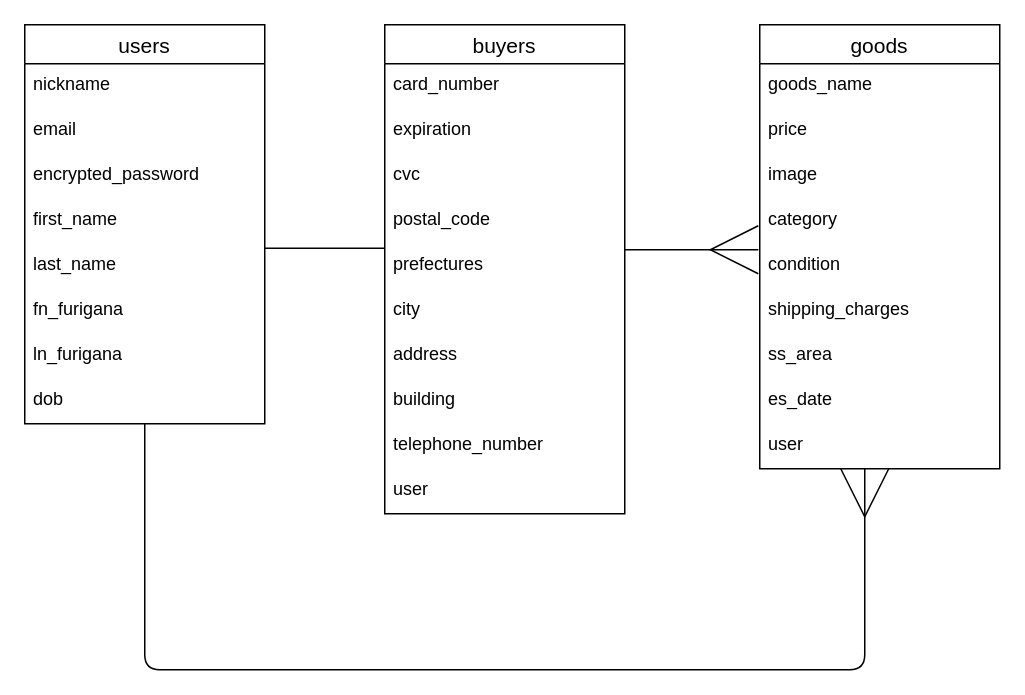
The draw.io diagram database.dio in taiyakio/furima-36787, before the edit. Source tidied: cells renumbered, new cells numbered last; positions are measured from the earlier drawing's top-left corner, leaving out a move shared by most shapes. Both pictures are drawn from the tidied source at 150%, with x=0, y=0 at pixel (24, 24).
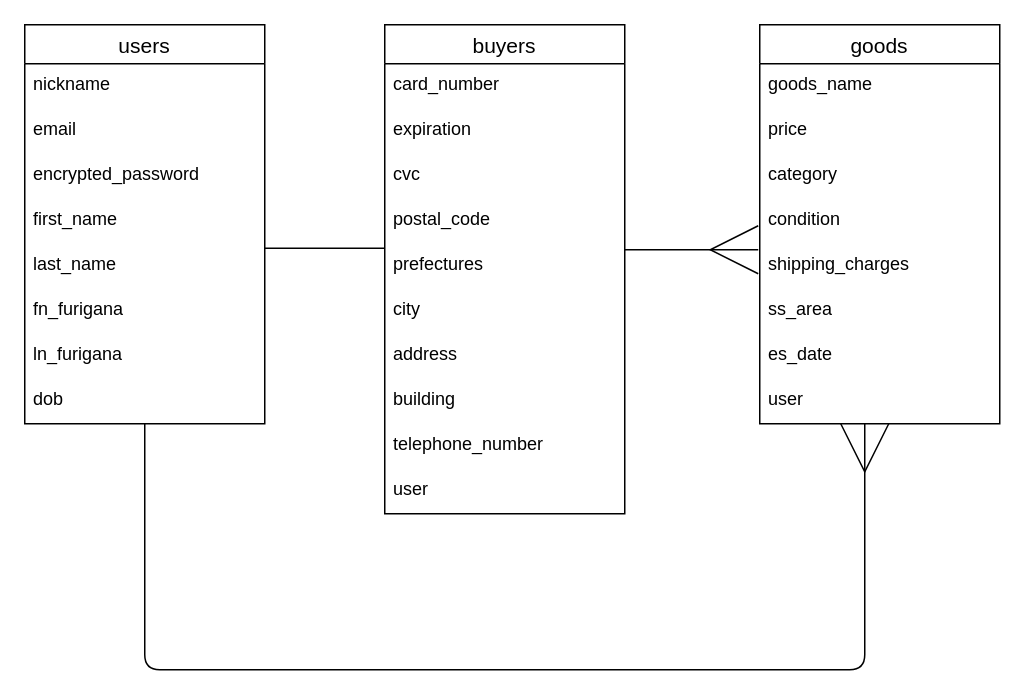
After the change.

Commit message (it also covers changes not shown here):
カラムの修正

The change refers to these unchanged cells:
```xml
<mxCell id="14" value="buyers" style="swimlane;fontStyle=0;horizontal=1;startSize=26;align=center;fontSize=14;" parent="1" vertex="1">
  <mxGeometry x="240" width="160" height="326" as="geometry" />
</mxCell>
```

The edit, as a diff of the source:
```diff
@@
-    <mxCell id="13" style="edgeStyle=orthogonalEdgeStyle;rounded=0;jettySize=auto;html=1;entryX=-0.006;entryY=0.133;entryDx=0;entryDy=0;entryPerimeter=0;endArrow=ERmany;endFill=0;endSize=30;" parent="1" edge="1" source="14" target="30">
+    <mxCell id="13" style="edgeStyle=orthogonalEdgeStyle;rounded=0;jettySize=auto;html=1;endArrow=ERmany;endFill=0;endSize=30;" parent="1" edge="1" source="14">
       <mxGeometry relative="1" as="geometry">
+        <mxPoint x="489" y="150" as="targetPoint" />
         <Array as="points">
           <mxPoint x="420" y="150" />
           <mxPoint x="420" y="150" />
         </Array>
       </mxGeometry>
     </mxCell>
@@
     <mxCell id="25" value="goods" style="swimlane;fontStyle=0;horizontal=1;startSize=26;align=center;fontSize=14;" parent="1" vertex="1">
-      <mxGeometry x="490" width="160" height="296" as="geometry" />
+      <mxGeometry x="490" width="160" height="266" as="geometry" />
     </mxCell>
@@
-    <mxCell id="28" value="image" style="text;strokeColor=none;fillColor=none;spacingLeft=4;spacingRight=4;overflow=hidden;fontSize=12;" parent="25" vertex="1">
-      <mxGeometry y="86" width="160" height="30" as="geometry" />
-    </mxCell>
     <mxCell id="29" value="category" style="text;strokeColor=none;fillColor=none;spacingLeft=4;spacingRight=4;overflow=hidden;fontSize=12;" parent="25" vertex="1">
-      <mxGeometry y="116" width="160" height="30" as="geometry" />
+      <mxGeometry y="86" width="160" height="30" as="geometry" />
     </mxCell>
     <mxCell id="30" value="condition" style="text;strokeColor=none;fillColor=none;spacingLeft=4;spacingRight=4;overflow=hidden;points=[[0,0.5],[1,0.5]];portConstraint=eastwest;fontSize=12;" parent="25" vertex="1">
-      <mxGeometry y="146" width="160" height="30" as="geometry" />
+      <mxGeometry y="116" width="160" height="30" as="geometry" />
     </mxCell>
     <mxCell id="31" value="shipping_charges" style="text;strokeColor=none;fillColor=none;spacingLeft=4;spacingRight=4;overflow=hidden;fontSize=12;" parent="25" vertex="1">
-      <mxGeometry y="176" width="160" height="30" as="geometry" />
+      <mxGeometry y="146" width="160" height="30" as="geometry" />
     </mxCell>
     <mxCell id="32" value="ss_area" style="text;strokeColor=none;fillColor=none;spacingLeft=4;spacingRight=4;overflow=hidden;fontSize=12;" parent="25" vertex="1">
-      <mxGeometry y="206" width="160" height="30" as="geometry" />
+      <mxGeometry y="176" width="160" height="30" as="geometry" />
     </mxCell>
     <mxCell id="33" value="es_date" style="text;strokeColor=none;fillColor=none;spacingLeft=4;spacingRight=4;overflow=hidden;fontSize=12;" parent="25" vertex="1">
-      <mxGeometry y="236" width="160" height="30" as="geometry" />
+      <mxGeometry y="206" width="160" height="30" as="geometry" />
     </mxCell>
     <mxCell id="34" value="user" style="text;strokeColor=none;fillColor=none;spacingLeft=4;spacingRight=4;overflow=hidden;points=[[0,0.5],[1,0.5]];portConstraint=eastwest;fontSize=12;" parent="25" vertex="1">
-      <mxGeometry y="266" width="160" height="30" as="geometry" />
+      <mxGeometry y="236" width="160" height="30" as="geometry" />
     </mxCell>
```
